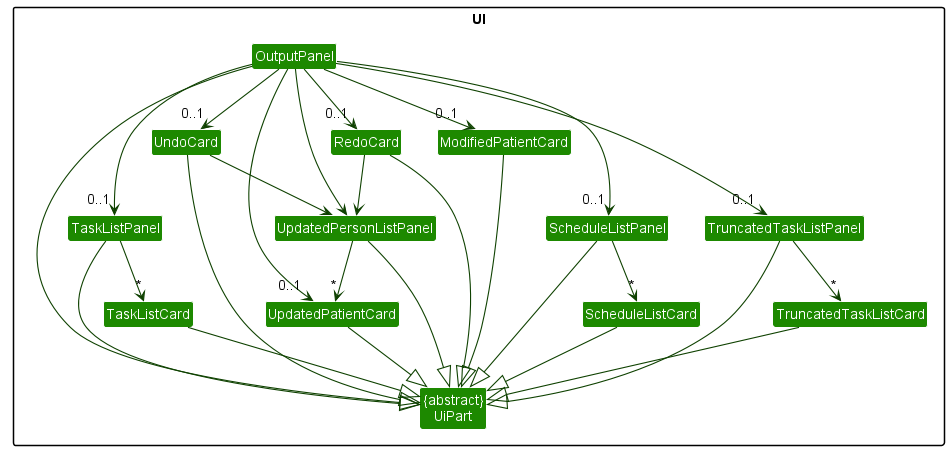
nus-cs2103-AY2223S1/tp keeps this PlantUML diagram as docs/images/OutputPanelClassDiagram.png. Above is the earlier version.
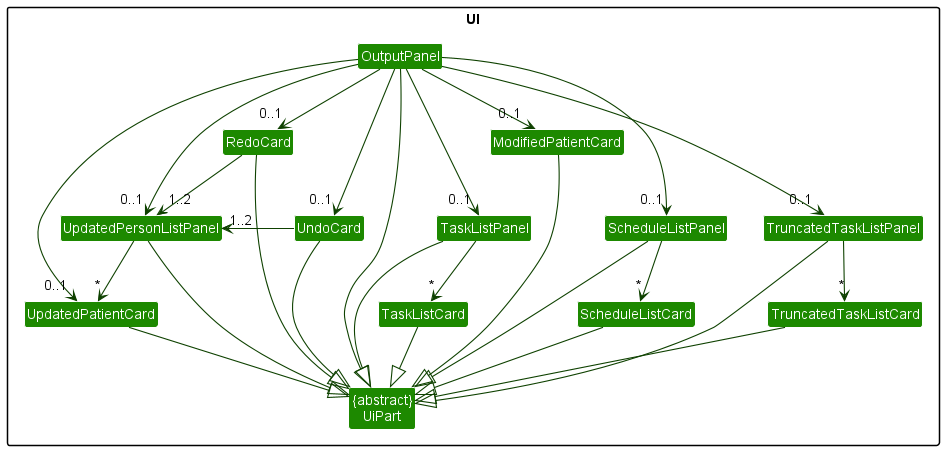
After the change.

Commit message:
Update OutputPanelClassDiagram and DG UI table formatting

Diff of the diagram source:
```diff
@@ -27,12 +27,12 @@
 OutputPanel --> "0..1" RedoCard
 OutputPanel --> "0..1" ModifiedPatientCard
 OutputPanel --> "0..1" ScheduleListPanel
-OutputPanel -->  UpdatedPersonListPanel
+OutputPanel --> "0..1" UpdatedPersonListPanel
 OutputPanel --> "0..1" UpdatedPatientCard
 OutputPanel --> "0..1" TruncatedTaskListPanel
 
-UndoCard -->  UpdatedPersonListPanel
-RedoCard -->  UpdatedPersonListPanel
+UndoCard -left->   "1..2" UpdatedPersonListPanel
+RedoCard -->  "1..2" UpdatedPersonListPanel
 UpdatedPersonListPanel --> "*" UpdatedPatientCard
 
 ScheduleListPanel --> "*" ScheduleListCard
```
